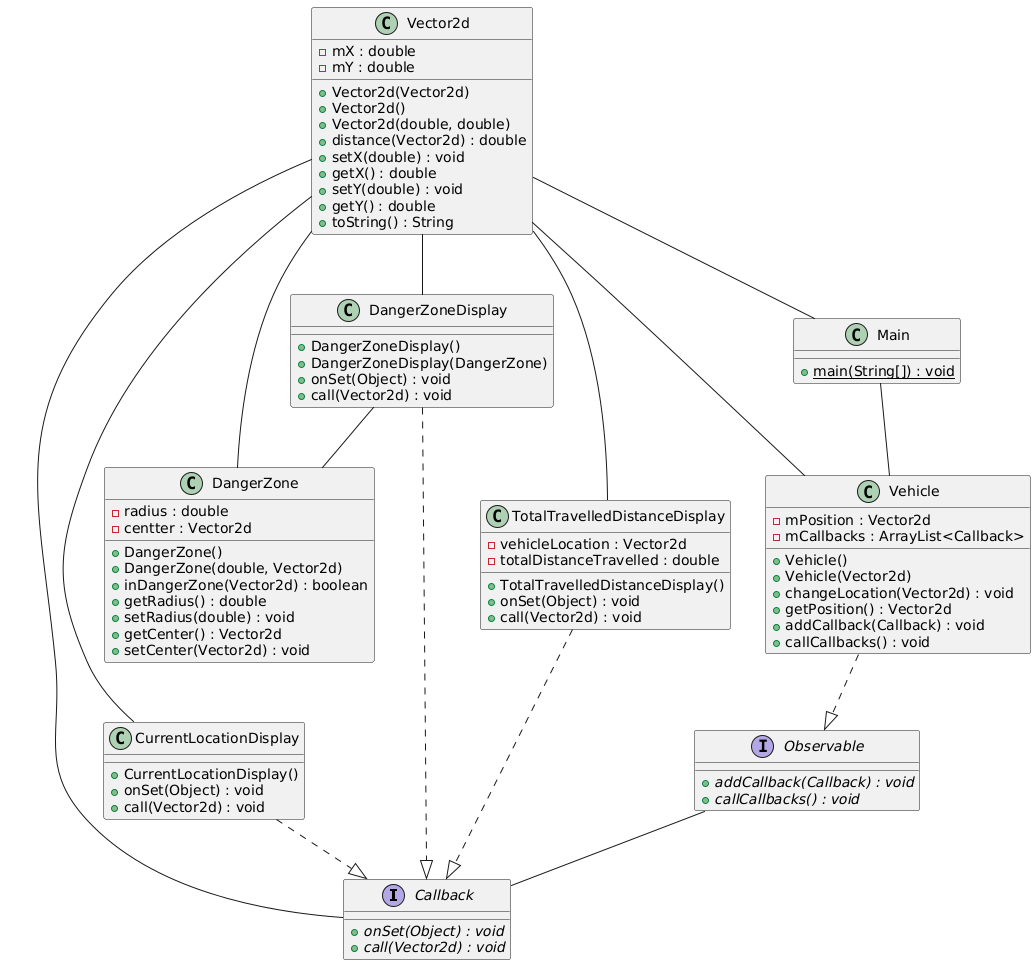
Schtuffs/VehicleTracker keeps this PlantUML diagram as classDiagram.png. Above is the earlier version.
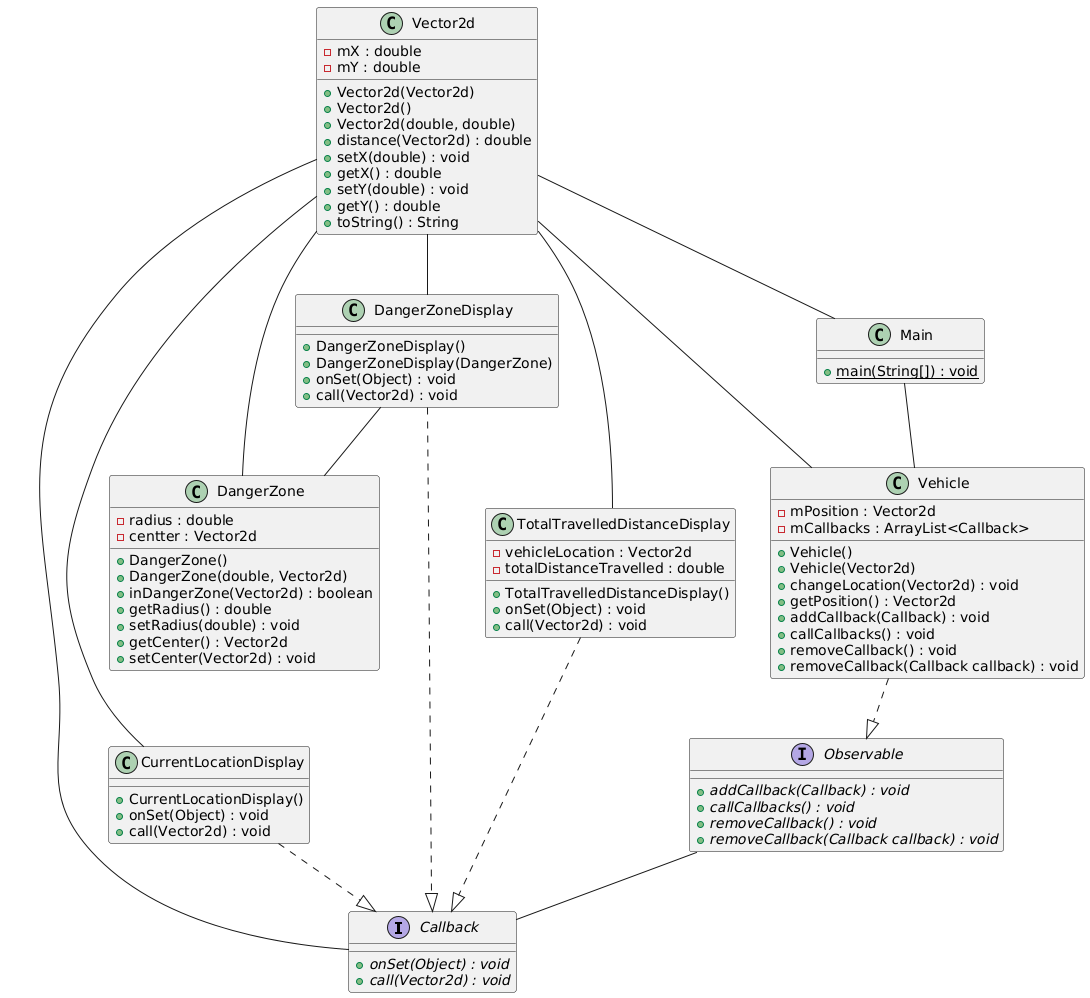
Above is the later version.

What changed in the source:
```diff
@@ -1,5 +1,4 @@
-@startuml Vehicle
-
+@startuml
 interface Callback {
     + {abstract} onSet(Object) : void
     + {abstract} call(Vector2d) : void
@@ -33,6 +32,8 @@
 interface Observable {
     + {abstract} addCallback(Callback) : void
     + {abstract} callCallbacks() : void
+    + {abstract} removeCallback() : void
+    + {abstract} removeCallback(Callback callback) : void
 }
 
 class TotalTravelledDistanceDisplay {
@@ -66,6 +67,8 @@
     + getPosition() : Vector2d
     + addCallback(Callback) : void
     + callCallbacks() : void
+    + removeCallback() : void
+    + removeCallback(Callback callback) : void
 }
 
 class Main {
@@ -88,5 +91,4 @@
 Vector2d -- DangerZone
 Vector2d -- CurrentLocationDisplay
 Vector2d -- Callback
-
 @enduml
```
